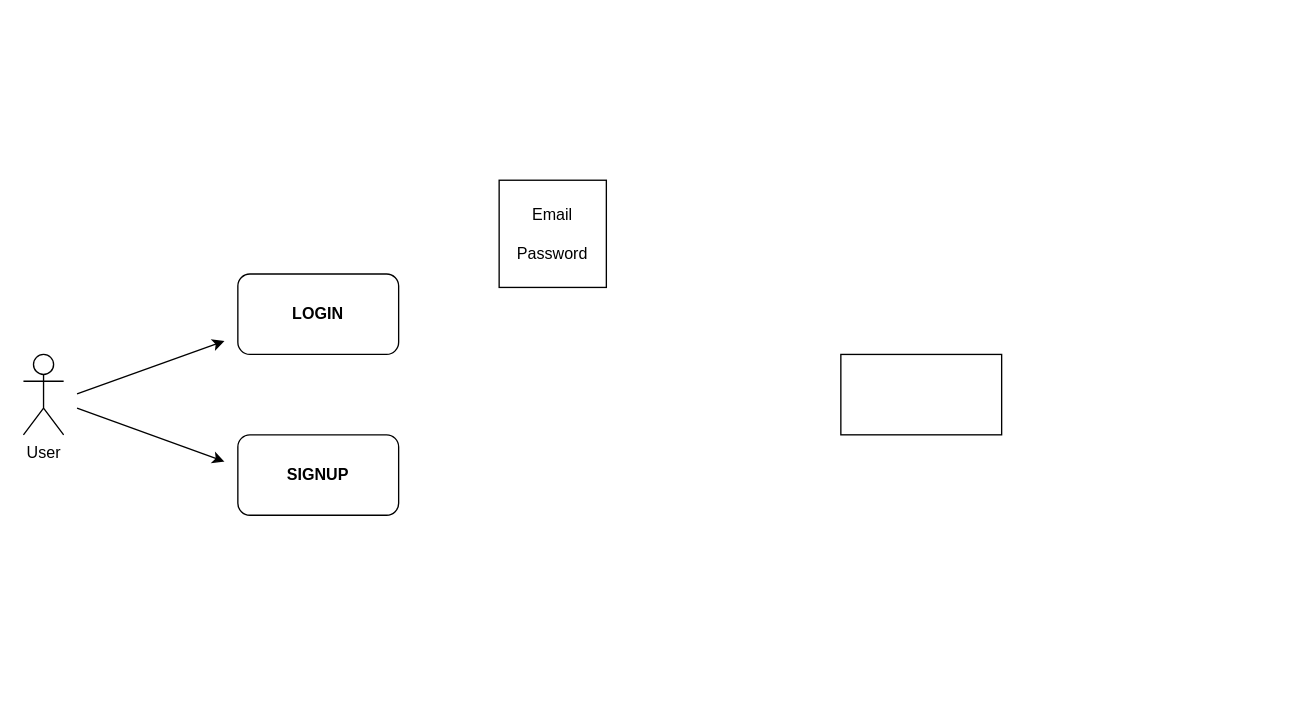
Earlier version of the draw.io diagram Untitled Diagram.drawio (Premiiitn/Talk-A-Tive). Source tidied: cells renumbered, new cells numbered last; positions are measured from the earlier drawing's top-left corner, leaving out a move shared by most shapes. Both pictures are drawn from the tidied source at 134%, with x=0, y=0 at pixel (23, 180).
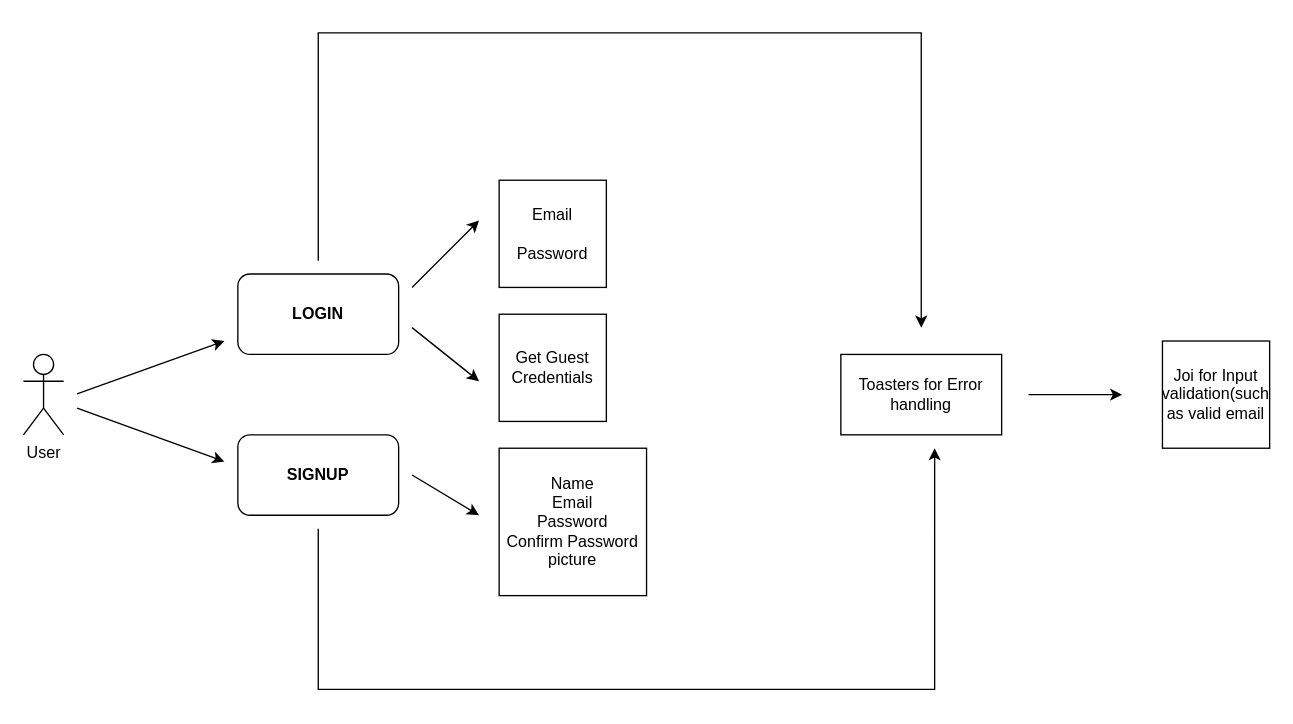
The same page after the edit.

Change to the diagram source:
```diff
@@
-    <mxCell id="7" style="rounded=0;whiteSpace=wrap;html=1;" parent="1" vertex="1">
+    <mxCell id="7" value="Toasters for Error handling" style="rounded=0;whiteSpace=wrap;html=1;" parent="1" vertex="1">
       <mxGeometry x="610" y="130" width="120" height="60" as="geometry" />
     </mxCell>
@@
+    <mxCell id="10" value="Get Guest Credentials" style="whiteSpace=wrap;html=1;" parent="1" vertex="1">
+      <mxGeometry x="355" y="100" width="80" height="80" as="geometry" />
+    </mxCell>
+    <mxCell id="11" style="endArrow=classic;html=1;rounded=0;" parent="1" edge="1">
+      <mxGeometry relative="1" as="geometry">
+        <mxPoint x="290" y="80" as="sourcePoint" />
+        <mxPoint x="340" y="30" as="targetPoint" />
+      </mxGeometry>
+    </mxCell>
+    <mxCell id="12" style="endArrow=classic;html=1;rounded=0;" parent="1" edge="1">
+      <mxGeometry relative="1" as="geometry">
+        <mxPoint x="290" y="110" as="sourcePoint" />
+        <mxPoint x="340" y="150" as="targetPoint" />
+      </mxGeometry>
+    </mxCell>
+    <mxCell id="13" value="Name&lt;div&gt;Email&lt;/div&gt;&lt;div&gt;Password&lt;/div&gt;&lt;div&gt;Confirm Password&lt;/div&gt;&lt;div&gt;picture&lt;/div&gt;" style="whiteSpace=wrap;html=1;" parent="1" vertex="1">
+      <mxGeometry x="355" y="200" width="110" height="110" as="geometry" />
+    </mxCell>
+    <mxCell id="14" style="endArrow=classic;html=1;rounded=0;" parent="1" edge="1">
+      <mxGeometry relative="1" as="geometry">
+        <mxPoint x="290" y="220" as="sourcePoint" />
+        <mxPoint x="340" y="250" as="targetPoint" />
+      </mxGeometry>
+    </mxCell>
+    <mxCell id="15" style="endArrow=classic;html=1;rounded=0;" parent="1" edge="1">
+      <mxGeometry relative="1" as="geometry">
+        <mxPoint x="220" y="260" as="sourcePoint" />
+        <mxPoint x="680" y="200" as="targetPoint" />
+        <Array as="points">
+          <mxPoint x="220" y="380" />
+          <mxPoint x="680" y="380" />
+        </Array>
+      </mxGeometry>
+    </mxCell>
+    <mxCell id="16" style="endArrow=classic;html=1;rounded=0;" parent="1" edge="1">
+      <mxGeometry relative="1" as="geometry">
+        <mxPoint x="220" y="60" as="sourcePoint" />
+        <mxPoint x="670" y="110" as="targetPoint" />
+        <Array as="points">
+          <mxPoint x="220" y="-110" />
+          <mxPoint x="670" y="-110" />
+        </Array>
+      </mxGeometry>
+    </mxCell>
+    <mxCell id="17" style="endArrow=classic;html=1;rounded=0;" parent="1" edge="1">
+      <mxGeometry relative="1" as="geometry">
+        <mxPoint x="750" y="160" as="sourcePoint" />
+        <mxPoint x="820" y="160" as="targetPoint" />
+      </mxGeometry>
+    </mxCell>
+    <mxCell id="18" value="Joi for Input validation(such as valid email" style="whiteSpace=wrap;html=1;" parent="1" vertex="1">
+      <mxGeometry x="850" y="120" width="80" height="80" as="geometry" />
+    </mxCell>
```
